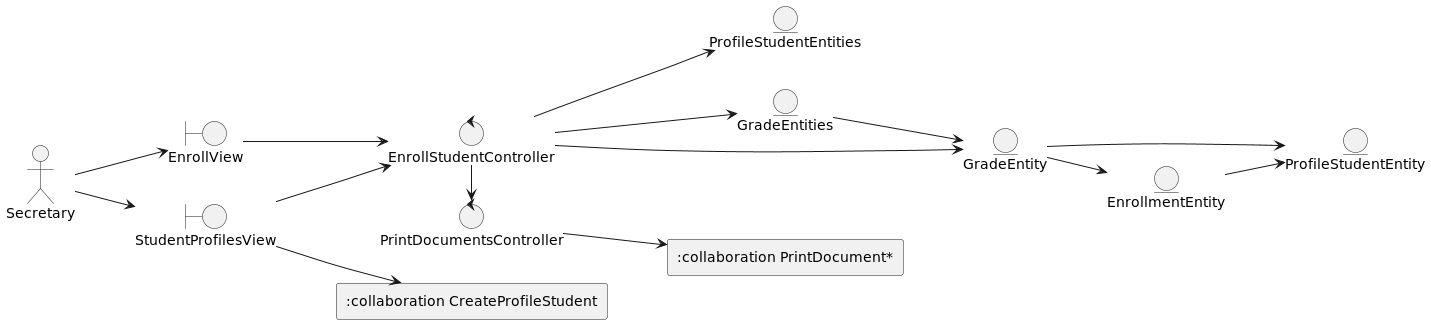
Above: out/DesignView/AnalysisView/UseCaseAnalysis/CU01.EnrollStudent/Classes.CU01.Analysis.png in wsmcbl/wsmcbl.doc (PlantUML), before the change.
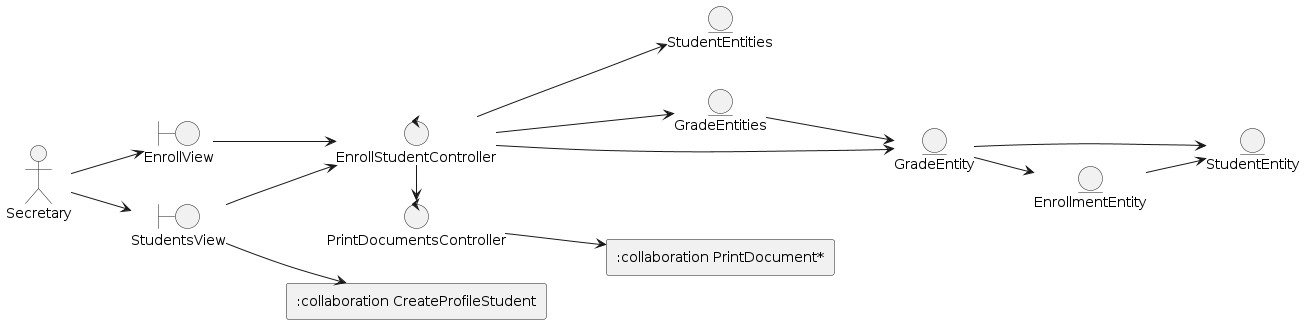
The same diagram one commit later.

Diff of the diagram source:
```diff
@@ -3,40 +3,40 @@
 
 actor Secretary
 
-boundary StudentProfilesView
+boundary StudentsView
 boundary EnrollView
 
 control EnrollStudentController
 control PrintDocumentsController
 
-entity ProfileStudentEntity
-entity ProfileStudentEntities
+entity StudentEntity
+entity StudentEntities
 entity EnrollmentEntity
 entity GradeEntities
 entity GradeEntity
 
-rectangle ":collaboration PrintDocument*"
-rectangle ":collaboration CreateProfileStudent"
+rectangle ":collaboration PrintDocument*" as printDocument
+rectangle ":collaboration CreateProfileStudent" as createProfileStudent
 
 
-Secretary --> StudentProfilesView
+Secretary --> StudentsView
 Secretary --> EnrollView
 
-StudentProfilesView --> EnrollStudentController
-StudentProfilesView --> ":collaboration CreateProfileStudent"
+StudentsView --> EnrollStudentController
+StudentsView --> createProfileStudent
 EnrollView --> EnrollStudentController
 
-EnrollStudentController --> ProfileStudentEntities
+EnrollStudentController --> StudentEntities
 EnrollStudentController --> GradeEntities
 EnrollStudentController --> GradeEntity
 
 EnrollStudentController -right-> PrintDocumentsController
 
-PrintDocumentsController --> ":collaboration PrintDocument*"
+PrintDocumentsController --> printDocument
 
-EnrollmentEntity --> ProfileStudentEntity
+EnrollmentEntity --> StudentEntity
 GradeEntities --> GradeEntity
 GradeEntity --> EnrollmentEntity
-GradeEntity --> ProfileStudentEntity
+GradeEntity --> StudentEntity
 
 @enduml
```
